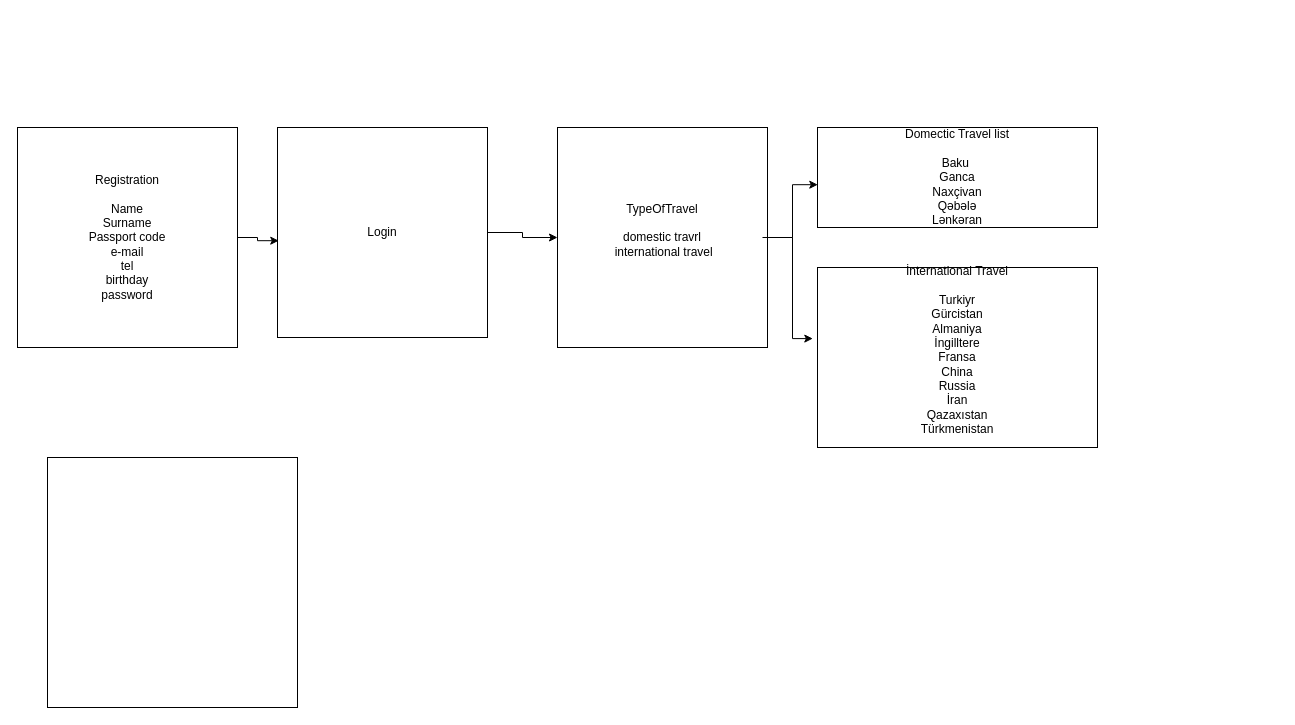
Above: Başlıksız Diyagram.drawio in IntelligentCoderFA/MyNewProject (draw.io), before the change. Source tidied: cells renumbered, new cells numbered last; positions are measured from the earlier drawing's top-left corner, leaving out a move shared by most shapes. Both pictures are drawn from the tidied source at 100%, with x=0, y=0 at pixel (17, 127).
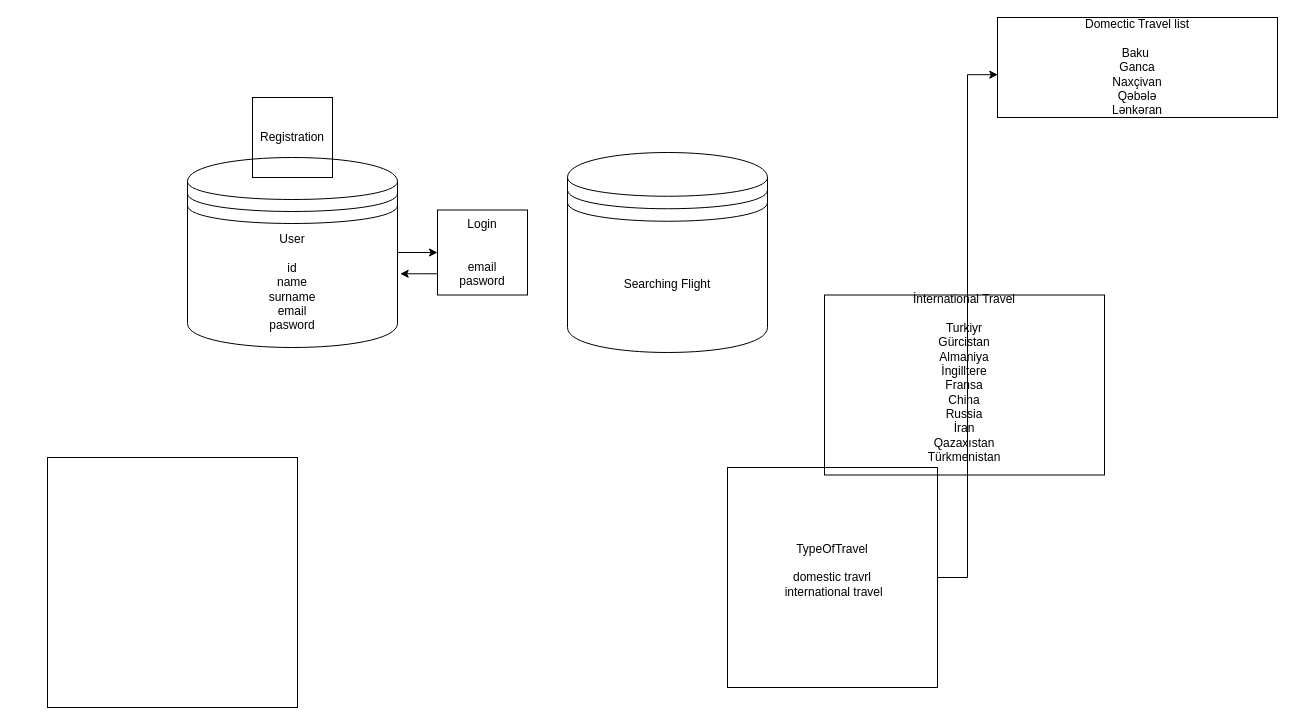
Above is the later version.

The edit, as a diff of the source:
```diff
@@
 <mxGraphModel>
   <root>
     <mxCell id="0" />
     <mxCell id="1" parent="0" />
-    <mxCell id="2" style="edgeStyle=orthogonalEdgeStyle;rounded=0;jettySize=auto;html=1;exitX=1;exitY=0.5;exitDx=0;exitDy=0;entryX=0.006;entryY=0.539;entryDx=0;entryDy=0;entryPerimeter=0;fontFamily=Helvetica;fontSize=12;fontColor=default;" parent="1" edge="1" source="3" target="5">
-      <mxGeometry relative="1" as="geometry" />
-    </mxCell>
-    <mxCell id="3" value="Registration&lt;br&gt;&lt;br&gt;Name&lt;br&gt;Surname&lt;br&gt;Passport code&lt;br&gt;e-mail&lt;br&gt;tel&lt;br&gt;birthday&lt;br&gt;password&lt;br&gt;" style="whiteSpace=wrap;html=1;fontFamily=Helvetica;fontSize=12;fontColor=default;fillColor=none;gradientColor=none;" parent="1" vertex="1">
-      <mxGeometry width="220" height="220" as="geometry" />
-    </mxCell>
-    <mxCell id="4" style="edgeStyle=orthogonalEdgeStyle;rounded=0;jettySize=auto;html=1;exitX=1;exitY=0.5;exitDx=0;exitDy=0;entryX=0;entryY=0.5;entryDx=0;entryDy=0;fontFamily=Helvetica;fontSize=12;fontColor=default;" parent="1" edge="1" source="5" target="8">
-      <mxGeometry relative="1" as="geometry" />
-    </mxCell>
+    <mxCell id="12" style="edgeStyle=orthogonalEdgeStyle;rounded=0;jettySize=auto;html=1;exitX=0;exitY=0.75;exitDx=0;exitDy=0;entryX=1.013;entryY=0.609;entryDx=0;entryDy=0;entryPerimeter=0;fontFamily=Helvetica;fontSize=12;fontColor=default;" parent="1" edge="1" source="5" target="14">
+      <mxGeometry relative="1" as="geometry" />
+    </mxCell>
-    <mxCell id="5" value="Login" style="rounded=0;whiteSpace=wrap;html=1;fontFamily=Helvetica;fontSize=12;fontColor=default;fillColor=none;gradientColor=none;" parent="1" vertex="1">
-      <mxGeometry x="260" width="210" height="210" as="geometry" />
+    <mxCell id="5" value="Login&lt;br&gt;&lt;br&gt;&lt;br&gt;email&lt;br&gt;pasword" style="rounded=0;whiteSpace=wrap;html=1;fontFamily=Helvetica;fontSize=12;fontColor=default;fillColor=none;gradientColor=none;" parent="1" vertex="1">
+      <mxGeometry x="420" y="82.5" width="90" height="85" as="geometry" />
     </mxCell>
     <mxCell id="6" style="edgeStyle=orthogonalEdgeStyle;rounded=0;jettySize=auto;html=1;exitX=1;exitY=0.5;exitDx=0;exitDy=0;entryX=0.001;entryY=0.572;entryDx=0;entryDy=0;entryPerimeter=0;fontFamily=Helvetica;fontSize=12;fontColor=default;" parent="1" edge="1" source="8" target="9">
       <mxGeometry relative="1" as="geometry" />
     </mxCell>
-    <mxCell id="7" style="edgeStyle=orthogonalEdgeStyle;rounded=0;orthogonalLoop=1;jettySize=auto;html=1;entryX=0.001;entryY=0.395;entryDx=0;entryDy=0;entryPerimeter=0;fontFamily=Helvetica;fontSize=12;fontColor=default;" parent="1" edge="1">
-      <mxGeometry relative="1" as="geometry">
-        <mxPoint x="745" y="110" as="sourcePoint" />
-        <mxPoint x="795.3" y="211.1" as="targetPoint" />
-        <Array as="points">
-          <mxPoint x="775" y="110" />
-          <mxPoint x="775" y="211" />
-        </Array>
-      </mxGeometry>
-    </mxCell>
     <mxCell id="8" value="TypeOfTravel&lt;br&gt;&lt;br&gt;domestic travrl&lt;br&gt;&amp;nbsp;international travel&lt;br&gt;&lt;br&gt;" style="rounded=0;whiteSpace=wrap;html=1;fontFamily=Helvetica;fontSize=12;fontColor=default;fillColor=none;gradientColor=none;" parent="1" vertex="1">
-      <mxGeometry x="540" width="210" height="220" as="geometry" />
+      <mxGeometry x="710" y="340" width="210" height="220" as="geometry" />
     </mxCell>
     <mxCell id="9" value="Domectic Travel list&lt;br&gt;&lt;br&gt;Baku&amp;nbsp;&lt;br&gt;Ganca&lt;br&gt;Naxçivan&lt;br&gt;Qəbələ&lt;br&gt;Lənkəran&lt;br&gt;" style="rounded=0;whiteSpace=wrap;html=1;fontFamily=Helvetica;fontSize=12;fontColor=default;fillColor=none;gradientColor=none;" parent="1" vertex="1">
-      <mxGeometry x="800" width="280" height="100" as="geometry" />
+      <mxGeometry x="980" y="-110" width="280" height="100" as="geometry" />
     </mxCell>
     <mxCell id="10" value="İnternational Travel&lt;br&gt;&lt;br&gt;Turkiyr&lt;br&gt;Gürcistan&lt;br&gt;Almaniya&lt;br&gt;İngilltere&lt;br&gt;Fransa&lt;br&gt;China&lt;br&gt;Russia&lt;br&gt;İran&lt;br&gt;Qazaxıstan&lt;br&gt;Türkmenistan&lt;br&gt;&lt;br&gt;" style="rounded=0;whiteSpace=wrap;html=1;fontFamily=Helvetica;fontSize=12;fontColor=default;fillColor=none;gradientColor=none;" parent="1" vertex="1">
-      <mxGeometry x="800" y="140" width="280" height="180" as="geometry" />
+      <mxGeometry x="807" y="167.5" width="280" height="180" as="geometry" />
     </mxCell>
     <mxCell id="11" style="whiteSpace=wrap;html=1;fontFamily=Helvetica;fontSize=12;fontColor=default;fillColor=none;gradientColor=none;" parent="1" vertex="1">
       <mxGeometry x="30" y="330" width="250" height="250" as="geometry" />
     </mxCell>
+    <mxCell id="13" style="edgeStyle=orthogonalEdgeStyle;rounded=0;jettySize=auto;html=1;exitX=1;exitY=0.5;exitDx=0;exitDy=0;entryX=0;entryY=0.5;entryDx=0;entryDy=0;fontFamily=Helvetica;fontSize=12;fontColor=default;" parent="1" edge="1" source="14" target="5">
+      <mxGeometry relative="1" as="geometry" />
+    </mxCell>
+    <mxCell id="14" value="User&lt;br&gt;&lt;br&gt;id&lt;br&gt;name&lt;br&gt;surname&lt;br&gt;email&lt;br&gt;pasword" style="shape=datastore;whiteSpace=wrap;html=1;fontFamily=Helvetica;fontSize=12;fontColor=default;fillColor=none;gradientColor=none;" parent="1" vertex="1">
+      <mxGeometry x="170" y="30" width="210" height="190" as="geometry" />
+    </mxCell>
+    <mxCell id="15" value="Registration" style="whiteSpace=wrap;html=1;fontFamily=Helvetica;fontSize=12;fontColor=default;fillColor=none;gradientColor=none;" parent="1" vertex="1">
+      <mxGeometry x="235" y="-30" width="80" height="80" as="geometry" />
+    </mxCell>
+    <mxCell id="16" value="Searching Flight" style="shape=datastore;whiteSpace=wrap;html=1;fontFamily=Helvetica;fontSize=12;fontColor=default;fillColor=none;gradientColor=none;" parent="1" vertex="1">
+      <mxGeometry x="550" y="25" width="200" height="200" as="geometry" />
+    </mxCell>
   </root>
 </mxGraphModel>
```
